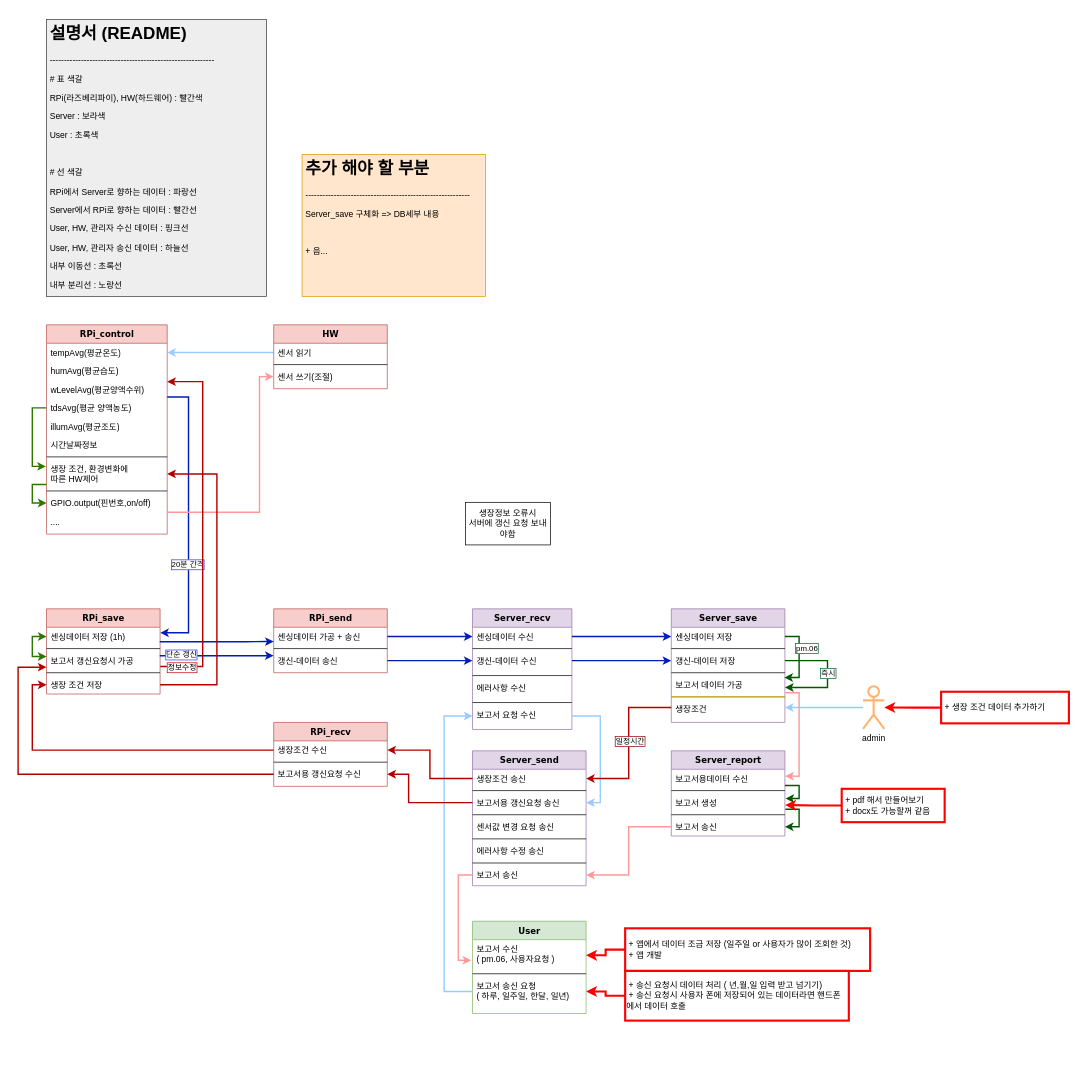
Before: blueprint/main_design.drawio in HyeonJi-P/mini_pot, a draw.io diagram. Source tidied: cells renumbered, new cells numbered last; positions are measured from the earlier drawing's top-left corner, leaving out a move shared by most shapes. Both pictures are drawn from the tidied source at 71%, with x=0, y=0 at pixel (18, 19).
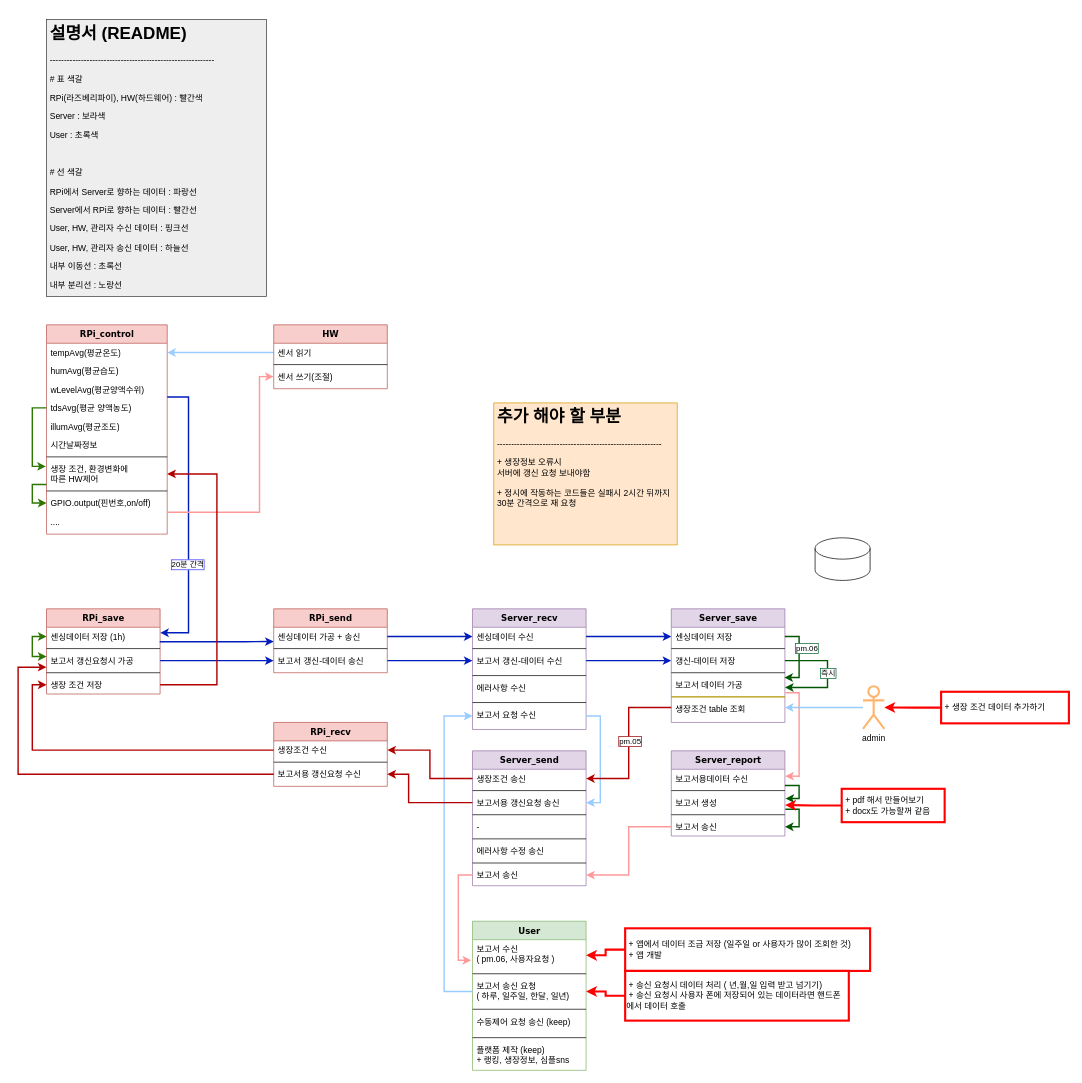
Above is the later version.

Commit message (it also covers changes not shown here):
일이 넘쳐난드아아아

The change refers to these unchanged cells:
```xml
<mxCell id="17" value="RPi_send" style="swimlane;html=1;fontStyle=1;align=center;verticalAlign=top;horizontal=1;startSize=26;swimlaneFillColor=#ffffff;rounded=0;shadow=0;comic=0;labelBackgroundColor=none;strokeWidth=1;fillColor=#f8cecc;fontFamily=Verdana;fontSize=12;strokeColor=#b85450;" parent="1" vertex="1">
  <mxGeometry x="360" y="830" width="160" height="90" as="geometry" />
</mxCell>
<mxCell id="29" value="보고서 갱신요청시 가공" style="text;html=1;strokeColor=none;fillColor=none;align=left;verticalAlign=top;spacingLeft=4;spacingRight=4;whiteSpace=wrap;overflow=hidden;points=[[0,0.5],[1,0.5]];portConstraint=eastwest;" parent="25" vertex="1">
  <mxGeometry y="60" width="160" height="26" as="geometry" />
</mxCell>
<mxCell id="32" value="Server_send" style="swimlane;html=1;fontStyle=1;align=center;verticalAlign=top;horizontal=1;startSize=26;swimlaneFillColor=#ffffff;rounded=0;shadow=0;comic=0;labelBackgroundColor=none;strokeWidth=1;fillColor=#e1d5e7;fontFamily=Verdana;fontSize=12;strokeColor=#9673a6;" parent="1" vertex="1">
  <mxGeometry x="640" y="1030" width="160" height="190" as="geometry" />
</mxCell>
<mxCell id="50" value="Server_save" style="swimlane;html=1;fontStyle=1;align=center;verticalAlign=top;horizontal=1;startSize=26;swimlaneFillColor=#ffffff;rounded=0;shadow=0;comic=0;labelBackgroundColor=none;strokeWidth=1;fillColor=#e1d5e7;fontFamily=Verdana;fontSize=12;strokeColor=#9673a6;" parent="1" vertex="1">
  <mxGeometry x="920" y="830" width="160" height="160" as="geometry" />
</mxCell>
<mxCell id="91" style="edgeStyle=orthogonalEdgeStyle;rounded=0;jettySize=auto;html=1;exitX=0;exitY=0.5;exitDx=0;exitDy=0;entryX=1;entryY=0.5;entryDx=0;entryDy=0;fillColor=#e51400;strokeColor=#B20000;strokeWidth=2;" parent="1" edge="1" source="61" target="33">
  <mxGeometry relative="1" as="geometry" />
</mxCell>
```

What changed in the source:
```diff
@@
-    <mxCell id="20" value="갱신-데이터 송신" style="text;html=1;strokeColor=none;fillColor=none;align=left;verticalAlign=top;spacingLeft=4;spacingRight=4;whiteSpace=wrap;overflow=hidden;points=[[0,0.5],[1,0.5]];portConstraint=eastwest;" parent="17" vertex="1">
+    <mxCell id="20" value="보고서 갱신-데이터 송신" style="text;html=1;strokeColor=none;fillColor=none;align=left;verticalAlign=top;spacingLeft=4;spacingRight=4;whiteSpace=wrap;overflow=hidden;points=[[0,0.5],[1,0.5]];portConstraint=eastwest;" parent="17" vertex="1">
       <mxGeometry y="60" width="160" height="26" as="geometry" />
     </mxCell>
@@
-    <mxCell id="37" value="센서값 변경 요청 송신" style="text;html=1;strokeColor=none;fillColor=none;align=left;verticalAlign=top;spacingLeft=4;spacingRight=4;whiteSpace=wrap;overflow=hidden;" parent="32" vertex="1">
+    <mxCell id="37" value="-" style="text;html=1;strokeColor=none;fillColor=none;align=left;verticalAlign=top;spacingLeft=4;spacingRight=4;whiteSpace=wrap;overflow=hidden;" parent="32" vertex="1">
       <mxGeometry y="94" width="160" height="26" as="geometry" />
     </mxCell>
@@
     <mxCell id="42" value="Server_recv" style="swimlane;html=1;fontStyle=1;align=center;verticalAlign=top;horizontal=1;startSize=26;swimlaneFillColor=#ffffff;rounded=0;shadow=0;comic=0;labelBackgroundColor=none;strokeWidth=1;fillColor=#e1d5e7;fontFamily=Verdana;fontSize=12;strokeColor=#9673a6;" parent="1" vertex="1">
-      <mxGeometry x="640" y="830" width="140" height="170" as="geometry" />
+      <mxGeometry x="640" y="830" width="160" height="170" as="geometry" />
     </mxCell>
     <mxCell id="43" value="센싱데이터 수신" style="text;html=1;strokeColor=none;fillColor=none;align=left;verticalAlign=top;spacingLeft=4;spacingRight=4;whiteSpace=wrap;overflow=hidden;points=[[0,0.5],[1,0.5]];portConstraint=eastwest;" parent="42" vertex="1">
-      <mxGeometry y="26" width="140" height="26" as="geometry" />
+      <mxGeometry y="26" width="160" height="26" as="geometry" />
     </mxCell>
     <mxCell id="44" style="line;html=1;strokeWidth=1;fillColor=none;align=left;verticalAlign=middle;spacingTop=-1;spacingLeft=3;spacingRight=3;labelPosition=right;" parent="42" vertex="1">
-      <mxGeometry y="52" width="140" height="8" as="geometry" />
+      <mxGeometry y="52" width="160" height="8" as="geometry" />
     </mxCell>
-    <mxCell id="45" value="갱신-데이터 수신" style="text;html=1;strokeColor=none;fillColor=none;align=left;verticalAlign=top;spacingLeft=4;spacingRight=4;whiteSpace=wrap;overflow=hidden;points=[[0,0.5],[1,0.5]];portConstraint=eastwest;" parent="42" vertex="1">
-      <mxGeometry y="60" width="140" height="30" as="geometry" />
+    <mxCell id="45" value="보고서 갱신-데이터 수신" style="text;html=1;strokeColor=none;fillColor=none;align=left;verticalAlign=top;spacingLeft=4;spacingRight=4;whiteSpace=wrap;overflow=hidden;points=[[0,0.5],[1,0.5]];portConstraint=eastwest;" parent="42" vertex="1">
+      <mxGeometry y="60" width="160" height="30" as="geometry" />
     </mxCell>
     <mxCell id="46" style="line;html=1;strokeWidth=1;fillColor=none;align=left;verticalAlign=middle;spacingTop=-1;spacingLeft=3;spacingRight=3;labelPosition=right;" parent="42" vertex="1">
-      <mxGeometry y="90" width="140" height="8" as="geometry" />
+      <mxGeometry y="90" width="160" height="8" as="geometry" />
     </mxCell>
     <mxCell id="47" value="에러사항 수신" style="text;html=1;strokeColor=none;fillColor=none;align=left;verticalAlign=top;spacingLeft=4;spacingRight=4;whiteSpace=wrap;overflow=hidden;" parent="42" vertex="1">
-      <mxGeometry y="98" width="140" height="30" as="geometry" />
+      <mxGeometry y="98" width="160" height="30" as="geometry" />
     </mxCell>
     <mxCell id="48" style="line;html=1;strokeWidth=1;fillColor=none;align=left;verticalAlign=middle;spacingTop=-1;spacingLeft=3;spacingRight=3;labelPosition=right;" parent="42" vertex="1">
-      <mxGeometry y="128" width="140" height="8" as="geometry" />
+      <mxGeometry y="128" width="160" height="8" as="geometry" />
     </mxCell>
     <mxCell id="49" value="보고서 요청 수신" style="text;html=1;strokeColor=none;fillColor=none;align=left;verticalAlign=top;spacingLeft=4;spacingRight=4;whiteSpace=wrap;overflow=hidden;points=[[0,0.5],[1,0.5]];portConstraint=eastwest;" parent="42" vertex="1">
-      <mxGeometry y="136" width="140" height="30" as="geometry" />
+      <mxGeometry y="136" width="160" height="30" as="geometry" />
     </mxCell>
@@
-    <mxCell id="61" value="생장조건" style="text;html=1;strokeColor=none;fillColor=none;align=left;verticalAlign=top;spacingLeft=4;spacingRight=4;whiteSpace=wrap;overflow=hidden;points=[[0,0.5],[1,0.5]];portConstraint=eastwest;" parent="50" vertex="1">
+    <mxCell id="61" value="생장조건 table 조회" style="text;html=1;strokeColor=none;fillColor=none;align=left;verticalAlign=top;spacingLeft=4;spacingRight=4;whiteSpace=wrap;overflow=hidden;points=[[0,0.5],[1,0.5]];portConstraint=eastwest;" parent="50" vertex="1">
       <mxGeometry y="128" width="160" height="22" as="geometry" />
     </mxCell>
@@
     <mxCell id="70" value="User" style="swimlane;html=1;fontStyle=1;align=center;verticalAlign=top;horizontal=1;startSize=26;swimlaneFillColor=#ffffff;rounded=0;shadow=0;comic=0;labelBackgroundColor=none;strokeWidth=1;fillColor=#d5e8d4;fontFamily=Verdana;fontSize=12;strokeColor=#82b366;" parent="1" vertex="1">
-      <mxGeometry x="640" y="1270" width="160" height="130" as="geometry" />
+      <mxGeometry x="640" y="1270" width="160" height="210" as="geometry" />
     </mxCell>
@@
+    <mxCell id="115" style="line;html=1;strokeWidth=1;fillColor=none;align=left;verticalAlign=middle;spacingTop=-1;spacingLeft=3;spacingRight=3;labelPosition=right;" parent="70" vertex="1">
+      <mxGeometry y="120" width="160" height="8" as="geometry" />
+    </mxCell>
+    <mxCell id="116" value="수동제어 요청 송신 (keep)" style="text;html=1;strokeColor=none;fillColor=none;align=left;verticalAlign=top;spacingLeft=4;spacingRight=4;whiteSpace=wrap;overflow=hidden;" parent="70" vertex="1">
+      <mxGeometry y="128" width="160" height="32" as="geometry" />
+    </mxCell>
+    <mxCell id="117" style="line;html=1;strokeWidth=1;fillColor=none;align=left;verticalAlign=middle;spacingTop=-1;spacingLeft=3;spacingRight=3;labelPosition=right;" parent="70" vertex="1">
+      <mxGeometry y="160" width="160" height="8" as="geometry" />
+    </mxCell>
+    <mxCell id="118" value="플랫폼 제작 (keep)&lt;br&gt;+ 랭킹, 생장정보, 심플sns" style="text;html=1;strokeColor=none;fillColor=none;align=left;verticalAlign=top;spacingLeft=4;spacingRight=4;whiteSpace=wrap;overflow=hidden;" parent="70" vertex="1">
+      <mxGeometry y="168" width="160" height="32" as="geometry" />
+    </mxCell>
@@
-    <mxCell id="79" style="edgeStyle=orthogonalEdgeStyle;rounded=0;jettySize=auto;html=1;exitX=0.997;exitY=0.242;exitDx=0;exitDy=0;fillColor=#0050ef;strokeColor=#001DBC;strokeWidth=2;exitPerimeter=0;" parent="1" edge="1" source="29">
+    <mxCell id="79" style="edgeStyle=orthogonalEdgeStyle;rounded=0;jettySize=auto;html=1;exitX=1;exitY=0.5;exitDx=0;exitDy=0;fillColor=#0050ef;strokeColor=#001DBC;strokeWidth=2;entryX=0;entryY=0.5;entryDx=0;entryDy=0;" parent="1" edge="1" source="29" target="20">
       <mxGeometry relative="1" as="geometry">
-        <mxPoint x="360" y="896" as="targetPoint" />
         <Array as="points">
-          <mxPoint x="360" y="896" />
+          <mxPoint x="280" y="903" />
+          <mxPoint x="280" y="903" />
         </Array>
       </mxGeometry>
     </mxCell>
-    <mxCell id="80" value="단순 갱신" style="edgeLabel;html=1;align=center;verticalAlign=middle;labelBorderColor=#3333FF;" parent="79" vertex="1">
-      <mxGeometry x="-0.64" y="-1" relative="1" as="geometry">
-        <mxPoint x="1" y="-3" as="offset" />
-      </mxGeometry>
-    </mxCell>
@@
-    <mxCell id="92" value="일정시간" style="edgeLabel;html=1;align=center;verticalAlign=middle;labelBorderColor=#990000;" parent="91" vertex="1">
+    <mxCell id="92" value="pm.05" style="edgeLabel;html=1;align=center;verticalAlign=middle;labelBorderColor=#990000;" parent="91" vertex="1">
       <mxGeometry x="0.19" y="1" relative="1" as="geometry">
         <mxPoint y="-24" as="offset" />
       </mxGeometry>
     </mxCell>
@@
-    <mxCell id="100" value="&lt;h1&gt;추가 해야 할 부분&lt;/h1&gt;&lt;p&gt;----------------------------------------------------------&lt;/p&gt;&lt;p&gt;Server_save 구체화 =&amp;gt; DB세부 내용&lt;/p&gt;&lt;p&gt;&lt;br&gt;&lt;/p&gt;&lt;p&gt;+ 음...&lt;/p&gt;" style="text;html=1;strokeColor=#d79b00;fillColor=#ffe6cc;spacing=5;spacingTop=-20;whiteSpace=wrap;overflow=hidden;rounded=0;" parent="1" vertex="1">
-      <mxGeometry x="400" y="190" width="258.3" height="200" as="geometry" />
+    <mxCell id="100" value="&lt;h1&gt;추가 해야 할 부분&lt;/h1&gt;&lt;p&gt;----------------------------------------------------------&lt;/p&gt;&lt;p&gt;&lt;span style=&quot;text-align: center&quot;&gt;+ 생장정보 오류시&lt;/span&gt;&lt;br style=&quot;text-align: center&quot;&gt;&lt;span style=&quot;text-align: center&quot;&gt;서버에 갱신 요청 보내야함&lt;/span&gt;&lt;br style=&quot;text-align: center&quot;&gt;&lt;br style=&quot;text-align: center&quot;&gt;&lt;span style=&quot;text-align: center&quot;&gt;+ 정시에 작동하는 코드들은 실패시 2시간 뒤까지 30분 간격으로 재 요청&lt;/span&gt;&lt;br&gt;&lt;/p&gt;" style="text;html=1;strokeColor=#d79b00;fillColor=#ffe6cc;spacing=5;spacingTop=-20;whiteSpace=wrap;overflow=hidden;rounded=0;" parent="1" vertex="1">
+      <mxGeometry x="670" y="540" width="258.3" height="200" as="geometry" />
     </mxCell>
-    <mxCell id="101" style="edgeStyle=orthogonalEdgeStyle;rounded=0;jumpStyle=none;jettySize=auto;html=1;startArrow=none;startFill=0;strokeColor=#B20000;strokeWidth=2;fillColor=#e51400;exitX=1.002;exitY=0.821;exitDx=0;exitDy=0;exitPerimeter=0;" parent="1" edge="1" source="29">
-      <mxGeometry relative="1" as="geometry">
-        <mxPoint x="210" y="510" as="targetPoint" />
-        <Array as="points">
-          <mxPoint x="260" y="911" />
-          <mxPoint x="260" y="510" />
-          <mxPoint x="210" y="510" />
-        </Array>
-      </mxGeometry>
-    </mxCell>
-    <mxCell id="102" value="정보수정" style="edgeLabel;html=1;align=center;verticalAlign=middle;labelBorderColor=#CC0000;" parent="101" vertex="1">
-      <mxGeometry x="-0.84" y="-1" relative="1" as="geometry">
-        <mxPoint x="-11" as="offset" />
-      </mxGeometry>
-    </mxCell>
-    <mxCell id="103" value="생장정보 오류시&lt;br&gt;서버에 갱신 요청 보내야함" style="rounded=0;whiteSpace=wrap;html=1;" parent="1" vertex="1">
-      <mxGeometry x="630" y="680" width="120" height="60" as="geometry" />
-    </mxCell>
@@
+    <mxCell id="119" style="shape=cylinder3;whiteSpace=wrap;html=1;boundedLbl=1;backgroundOutline=1;size=15;" parent="1" vertex="1">
+      <mxGeometry x="1122.5" y="730" width="77.5" height="60" as="geometry" />
+    </mxCell>
```
